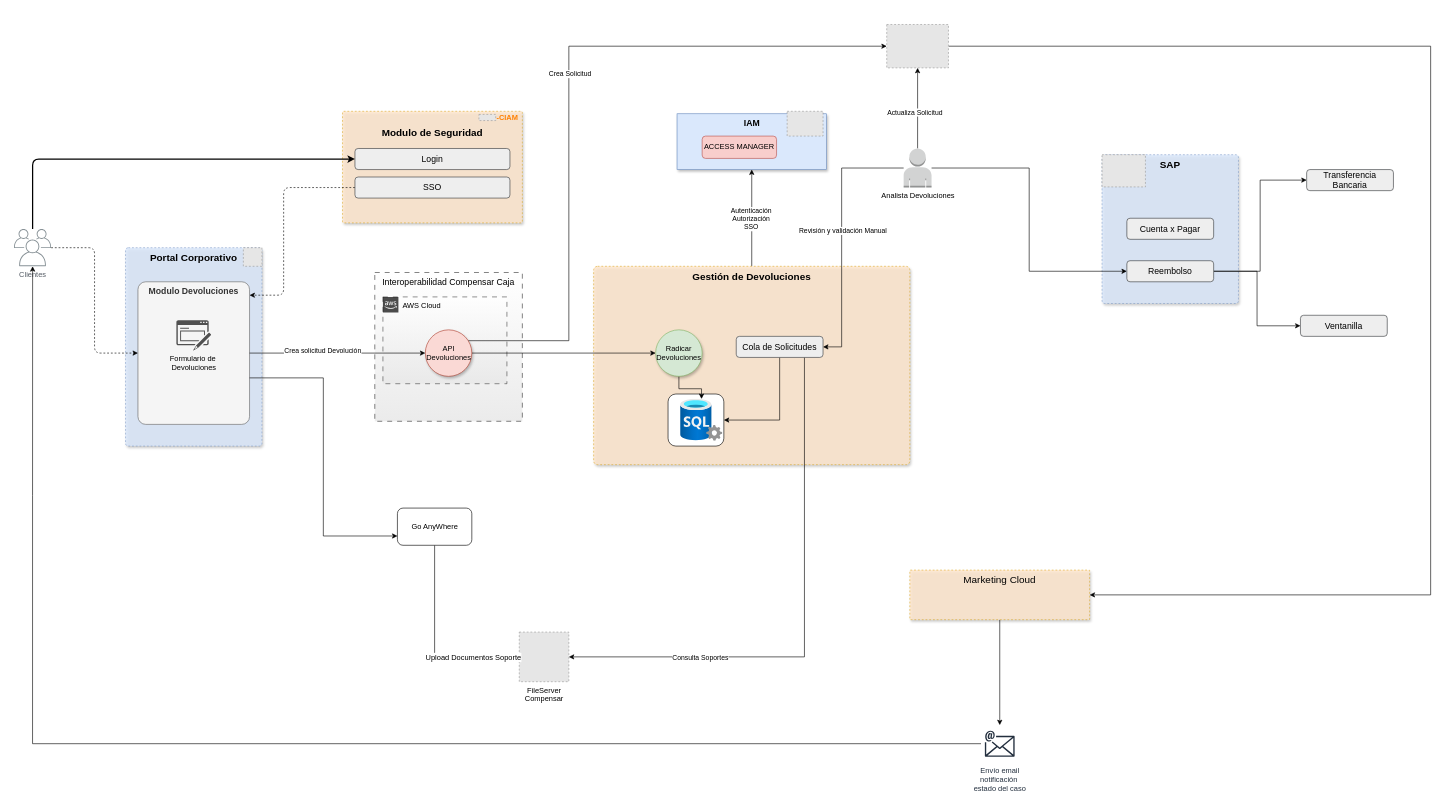
The draw.io diagram page "Page-5" (4 of 4) of Devoluciones.drawio in carlosvalderrama1204/diagrams, before the edit. Source tidied: cells renumbered, new cells numbered last; positions are measured from the earlier drawing's top-left corner, leaving out a move shared by most shapes. Both pictures are drawn from the tidied source at 62%, with x=0, y=0 at pixel (14, 24). Pictures stored in the file or linked from it are replaced by grey dashed boxes.
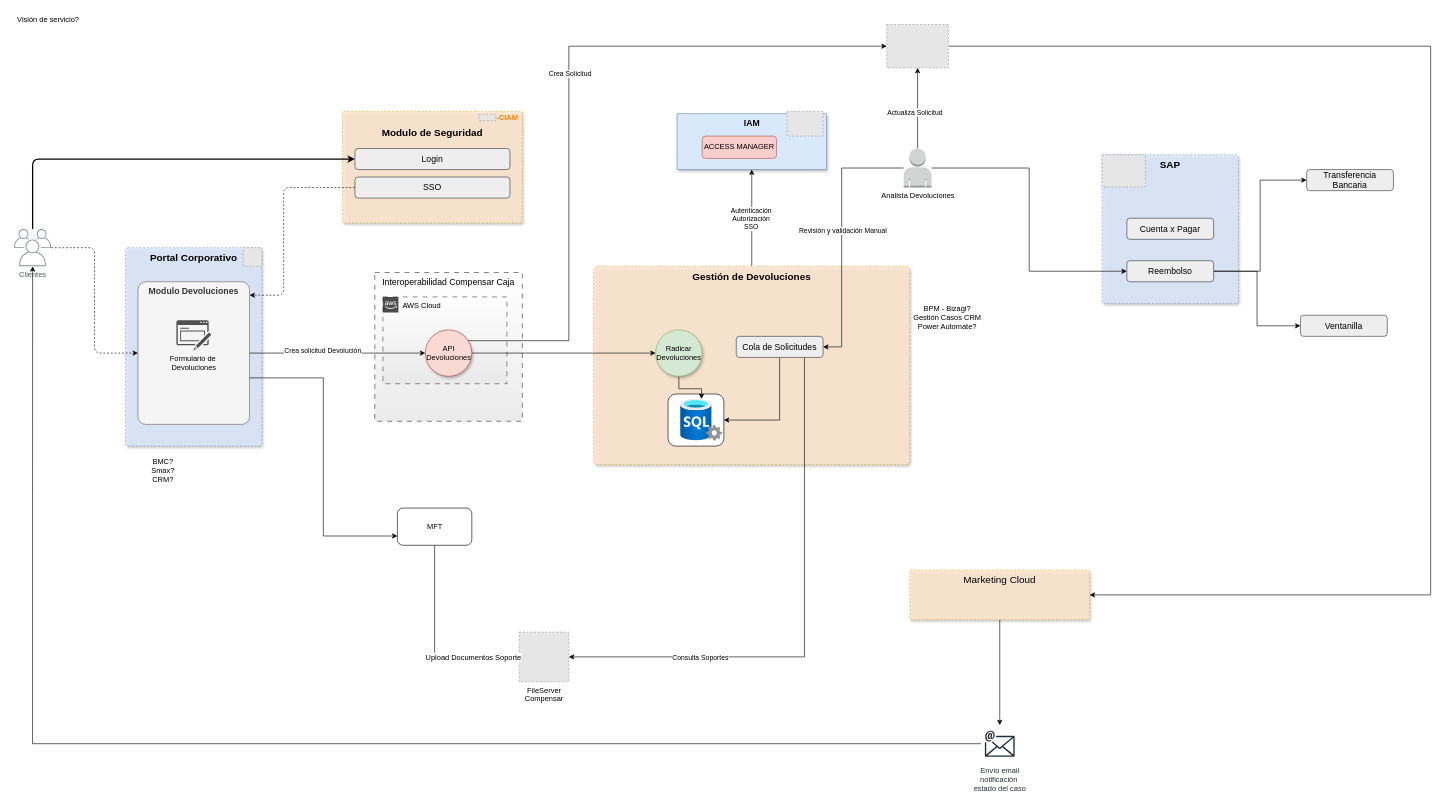
The same page after the edit.

What changed in the source:
```diff
@@
-    <mxCell id="47" value="Go AnyWhere" style="rounded=1;whiteSpace=wrap;html=1;" parent="1" vertex="1">
+    <mxCell id="47" value="MFT" style="rounded=1;whiteSpace=wrap;html=1;" parent="1" vertex="1">
       <mxGeometry x="618.5" y="780" width="120" height="60" as="geometry" />
     </mxCell>
@@
+    <mxCell id="64" value="BPM - Bizagi?&lt;div&gt;Gestión Casos CRM&lt;/div&gt;&lt;div&gt;Power Automate?&lt;/div&gt;" style="text;html=1;align=center;verticalAlign=middle;strokeColor=none;fillColor=none;" parent="1" vertex="1">
+      <mxGeometry x="1440" y="443" width="130" height="60" as="geometry" />
+    </mxCell>
+    <mxCell id="65" value="BMC?&lt;div&gt;Smax?&lt;/div&gt;&lt;div&gt;CRM?&lt;/div&gt;" style="text;html=1;align=center;verticalAlign=middle;strokeColor=none;fillColor=none;" parent="1" vertex="1">
+      <mxGeometry x="210" y="690" width="60" height="60" as="geometry" />
+    </mxCell>
+    <mxCell id="66" value="Visión de servicio?" style="text;html=1;align=center;verticalAlign=middle;strokeColor=none;fillColor=none;" parent="1" vertex="1">
+      <mxGeometry x="-5" y="-22" width="120" height="30" as="geometry" />
+    </mxCell>
```
